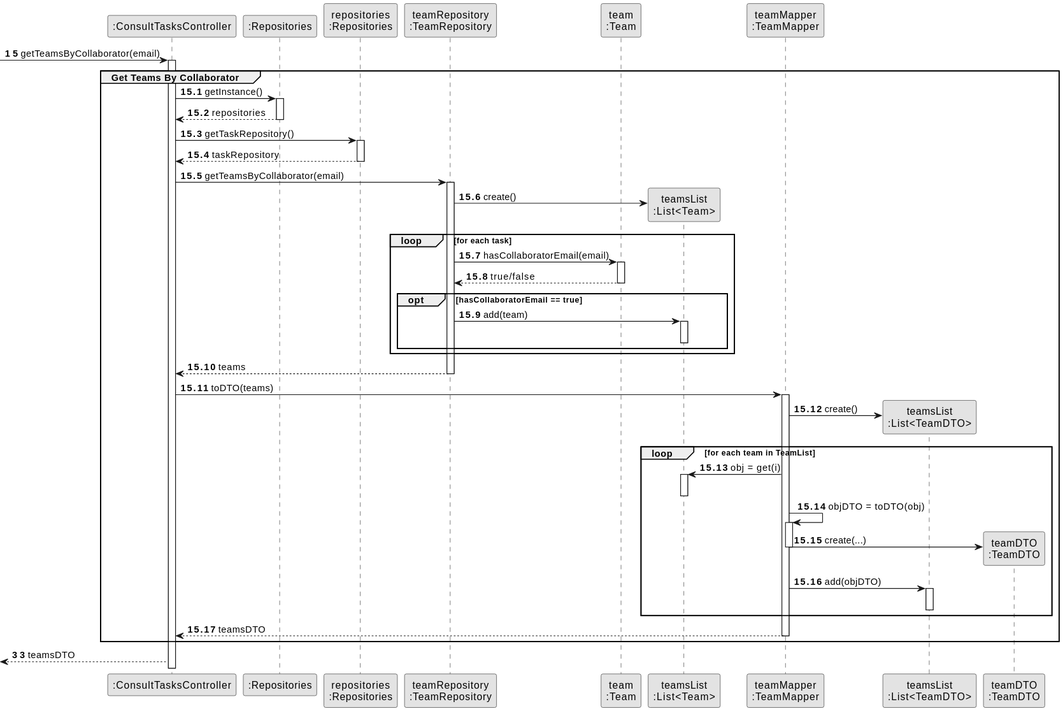
This is docs/sprintC/us028/03.design/svg/us028-sequence-diagram-partial-get-teams.svg from Departamento-de-Engenharia-Informatica/lei-24-s2-1dm-g132, a PlantUML export, as it was before one commit. The source it was exported from:
```plantuml
@startuml
skinparam monochrome true
skinparam packageStyle rectangle
skinparam shadowing false

participant ":ConsultTasksController" as CTRL
participant ":Repositories" as RepositorySingleton
participant "repositories\n:Repositories" as PLAT
participant "teamRepository\n:TeamRepository" as TeamRepository
participant "team\n:Team" as Team
participant "teamsList\n:List<Team>" as TeamsList
participant "teamMapper\n:TeamMapper" as TeamMapper
participant "teamsList\n:List<TeamDTO>" as TeamsListDTO
participant "teamDTO\n:TeamDTO" as TeamDTO

autonumber 15
-> CTRL : getTeamsByCollaborator(email)

autonumber 15.1

activate CTRL
    group Get Teams By Collaborator
           CTRL -> RepositorySingleton : getInstance()
           activate RepositorySingleton

           RepositorySingleton --> CTRL: repositories
           deactivate RepositorySingleton

           CTRL -> PLAT : getTaskRepository()
           activate PLAT

           PLAT --> CTRL: taskRepository
           deactivate PLAT

           CTRL -> TeamRepository : getTeamsByCollaborator(email)
               activate TeamRepository

               TeamRepository -> TeamsList ** : create()
               loop for each task
               TeamRepository -> Team : hasCollaboratorEmail(email)
               activate Team

               Team --> TeamRepository : true/false
               deactivate Team

               opt hasCollaboratorEmail == true
                   TeamRepository -> TeamsList : add(team)
                   activate TeamsList
                   deactivate TeamsList
               end opt

               end loop

               TeamRepository --> CTRL : teams
               deactivate TeamRepository

           CTRL -> TeamMapper : toDTO(teams)
               activate TeamMapper

               TeamMapper -> TeamsListDTO ** : create()
               loop for each team in TeamList
               TeamMapper -> TeamsList : obj = get(i)
               activate TeamsList
               deactivate TeamsList

               TeamMapper -> TeamMapper : objDTO = toDTO(obj)
               activate TeamMapper

               TeamMapper -> TeamDTO ** : create(...)
               deactivate TeamMapper

               TeamMapper -> TeamsListDTO : add(objDTO)
               activate TeamsListDTO
               deactivate TeamsListDTO

               end loop

               TeamMapper --> CTRL : teamsDTO
               deactivate TeamMapper

end group
autonumber 33
<-- CTRL : teamsDTO
@enduml
```
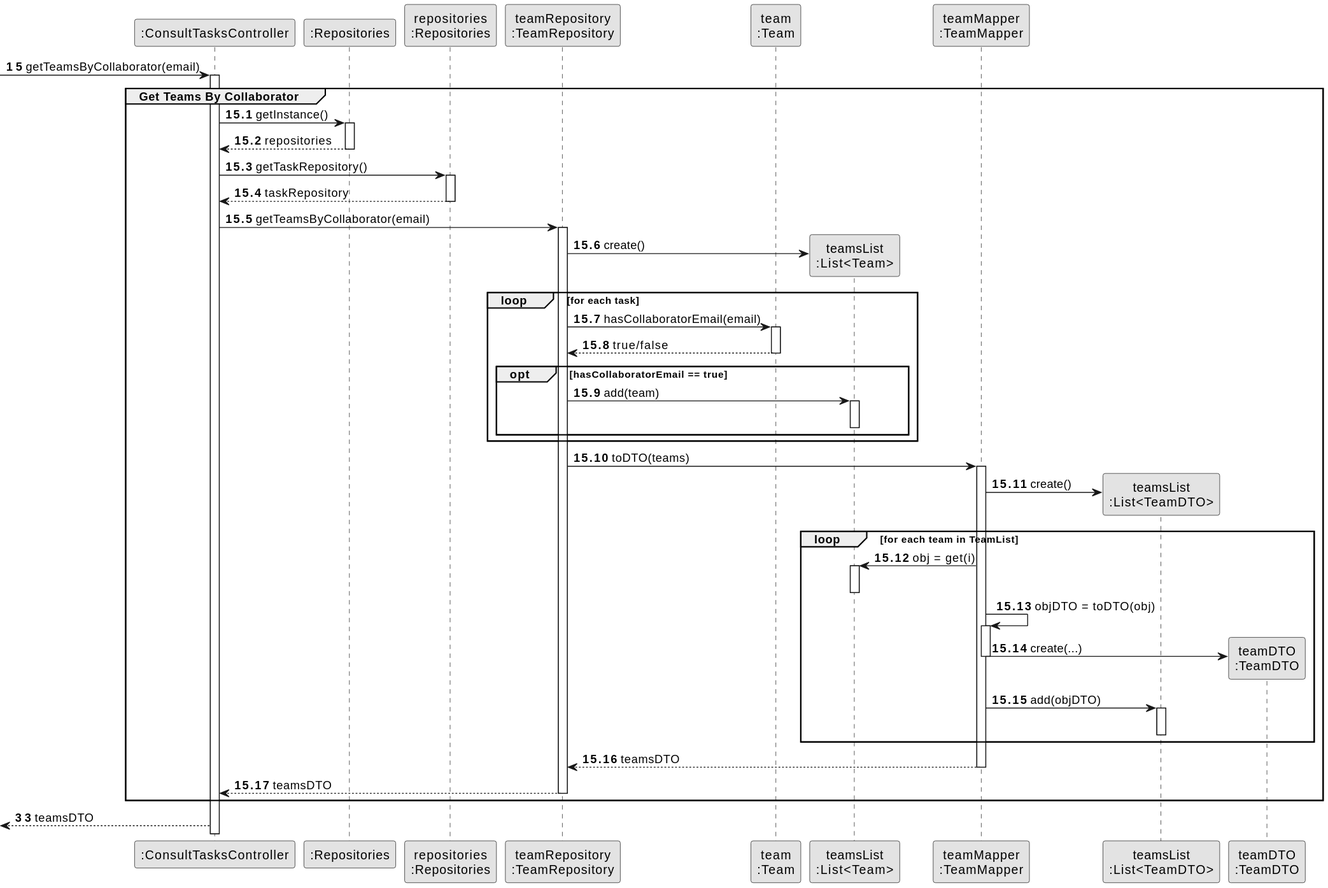
The same file after the commit.

Change to the diagram source:
```diff
@@ -51,10 +51,7 @@
 
                end loop
 
-               TeamRepository --> CTRL : teams
-               deactivate TeamRepository
-
-           CTRL -> TeamMapper : toDTO(teams)
+           TeamRepository -> TeamMapper : toDTO(teams)
                activate TeamMapper
 
                TeamMapper -> TeamsListDTO ** : create()
@@ -75,8 +72,11 @@
 
                end loop
 
-               TeamMapper --> CTRL : teamsDTO
+               TeamMapper --> TeamRepository : teamsDTO
                deactivate TeamMapper
+
+               TeamRepository --> CTRL : teamsDTO
+               deactivate TeamRepository
 
 end group
 autonumber 33
```
